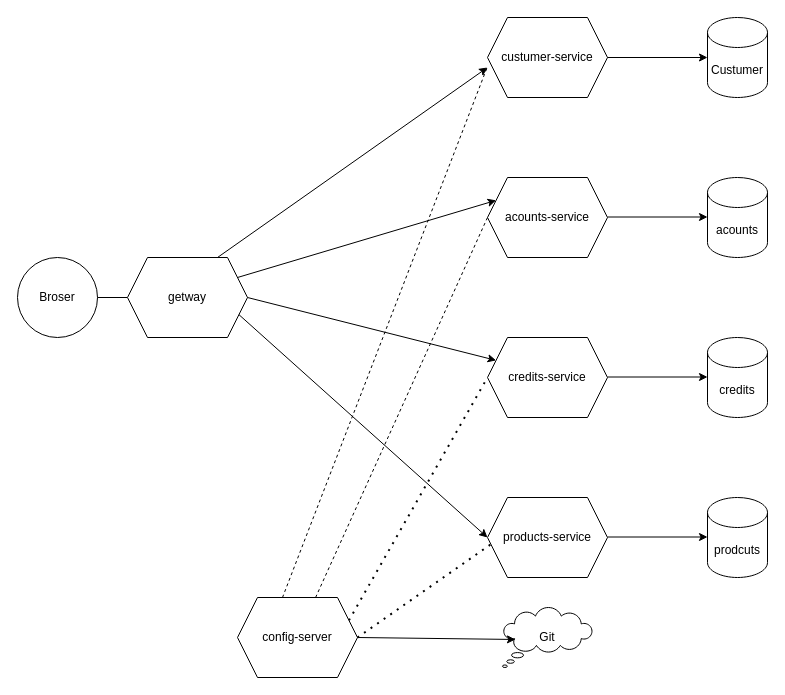
The draw.io diagram Diagrama.drawio in arbej/bootcamp, before the edit. Source tidied: cells renumbered, new cells numbered last; positions are measured from the earlier drawing's top-left corner, leaving out a move shared by most shapes. Both pictures are drawn from the tidied source at 100%, with x=0, y=0 at pixel (17, 17).
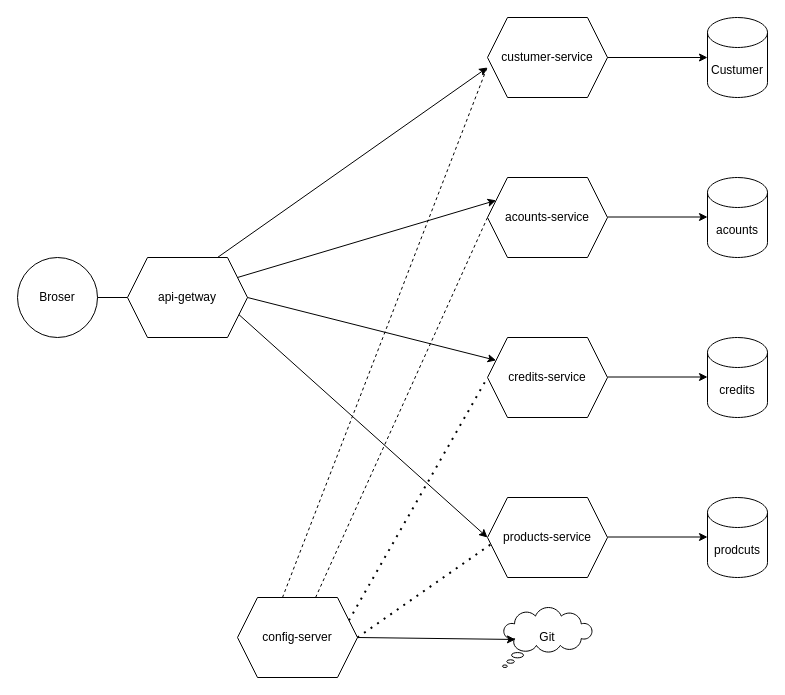
The same page after the edit.

Change to the diagram source:
```diff
@@
-    <mxCell id="23" value="getway" style="shape=hexagon;perimeter=hexagonPerimeter2;whiteSpace=wrap;html=1;fixedSize=1;" parent="1" vertex="1">
+    <mxCell id="23" value="api-getway" style="shape=hexagon;perimeter=hexagonPerimeter2;whiteSpace=wrap;html=1;fixedSize=1;" parent="1" vertex="1">
       <mxGeometry x="110" y="240" width="120" height="80" as="geometry" />
     </mxCell>
```
